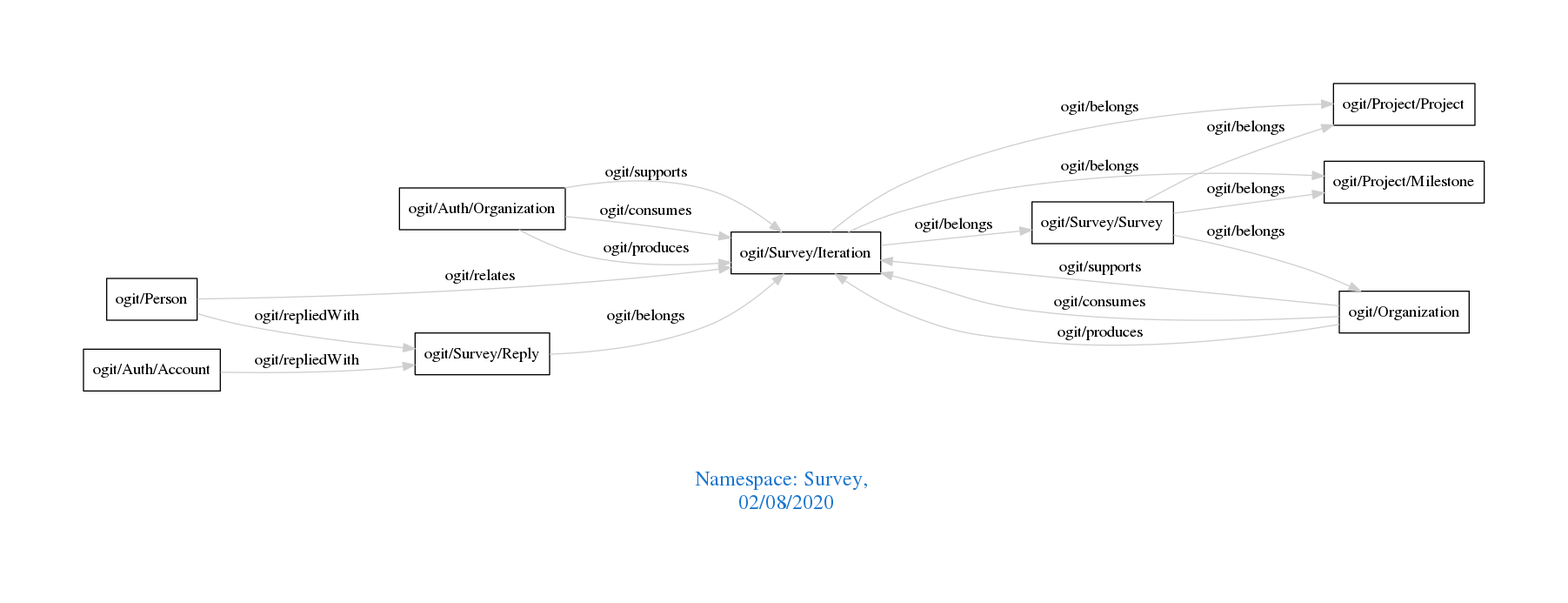
Earlier version of the Graphviz export downloads/Survey.png (arago/OGIT). Its source is kept beside it as downloads/Survey.dot.
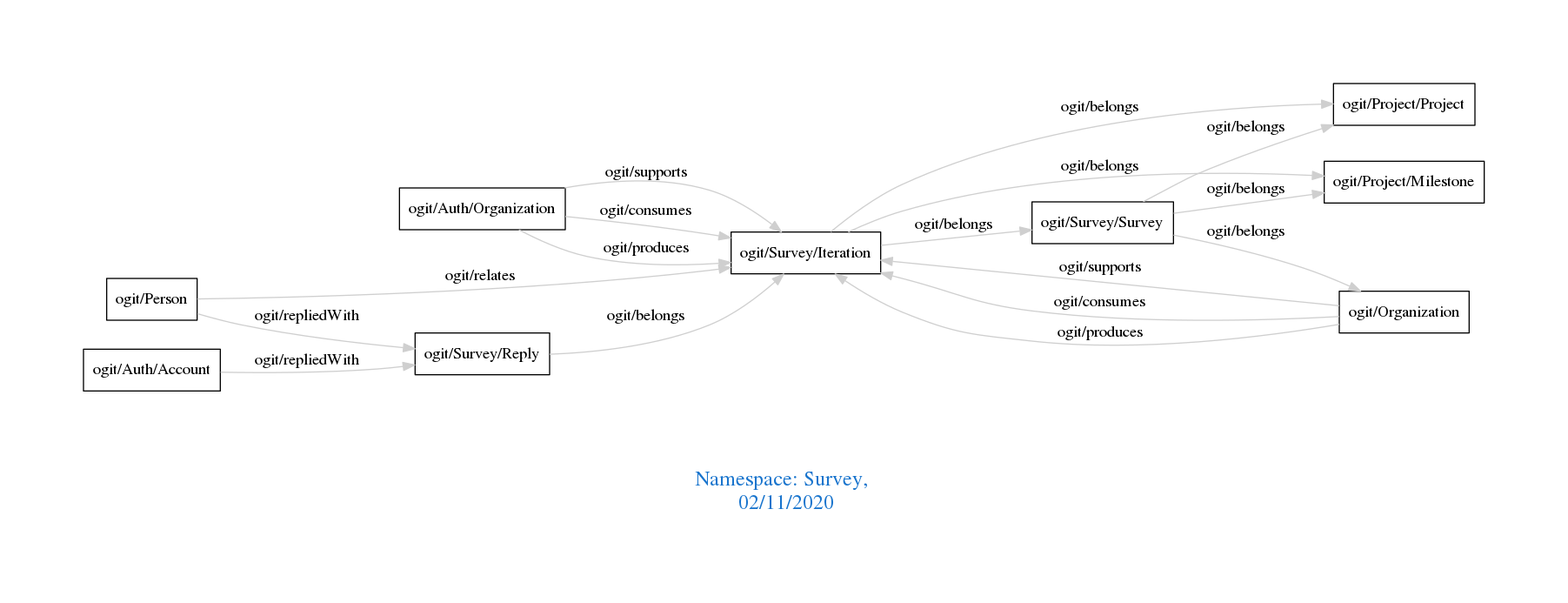
After the commit.

Change to the diagram source:
```diff
@@ -1,7 +1,7 @@
 digraph OGIT_ontology {
  graph [ rankdir= LR,pad=1
 fontsize = 18,
-fontcolor= dodgerblue3,label = "\n\n\nNamespace: Survey, \n 02/08/2020"];
+fontcolor= dodgerblue3,label = "\n\n\nNamespace: Survey, \n 02/11/2020"];
 node[shape=polygon];
 edge [  color="gray81"];
 
```
